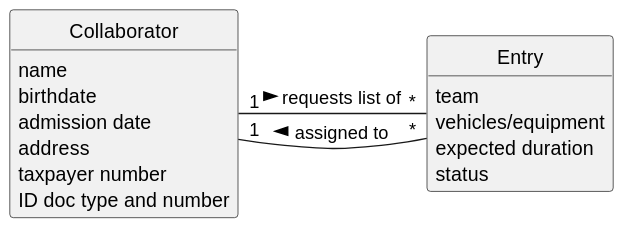
This is docs/sprint3/us028/02.analysis/svg/us028-domain-model.svg from tiagosoa/lei-24-s2-1dgh-g073, a PlantUML export, as it was before one commit. Its diagram source:
```plantuml
@startuml
skinparam monochrome true
skinparam packageStyle rectangle
skinparam shadowing false


skinparam classAttributeIconSize 0

hide circle
hide methods



class Collaborator {
    name
    birthdate
    admission date
    address
    contact info (mobile and email)
    taxpayer number
    ID doc type and number
}

class Entry {
    team
    vehicles/equipment
    expected duration
    status
}


Collaborator "1" - "*" Entry: requests list of >
Collaborator "1" - "*" Entry: assigned to <
@enduml
```
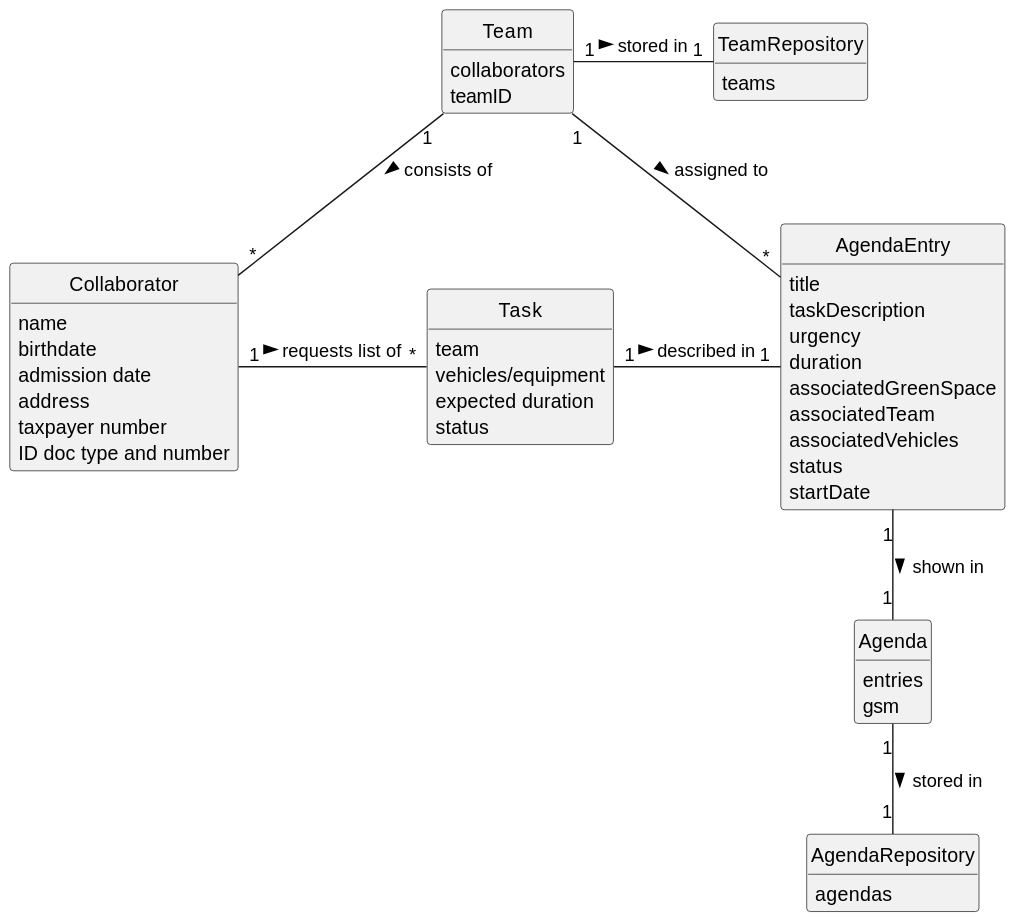
After the change.

The edit, as a diff of the source:
```diff
@@ -21,14 +21,49 @@
     ID doc type and number
 }
 
-class Entry {
+class Task {
     team
     vehicles/equipment
     expected duration
     status
 }
 
+class AgendaEntry {
+     title
+     taskDescription
+     urgency
+     duration
+     associatedGreenSpace
+     associatedTeam
+     associatedVehicles
+     status
+     startDate
+}
 
-Collaborator "1" - "*" Entry: requests list of >
-Collaborator "1" - "*" Entry: assigned to <
+class AgendaRepository {
+    agendas
+}
+
+class TeamRepository {
+    teams
+}
+
+class Team {
+    collaborators
+    teamID
+}
+
+class Agenda {
+    entries
+    gsm
+}
+
+
+Team "1" -- "*" Collaborator: consists of >
+Team "1" - "1" TeamRepository: stored in >
+Collaborator "1" - "*" Task: requests list of >
+Task "1" - "1" AgendaEntry: described in >
+Team "1" - "*" AgendaEntry: assigned to >
+AgendaEntry "1" -- "1" Agenda: shown in >
+Agenda "1" -- "1" AgendaRepository: stored in >
 @enduml
```
